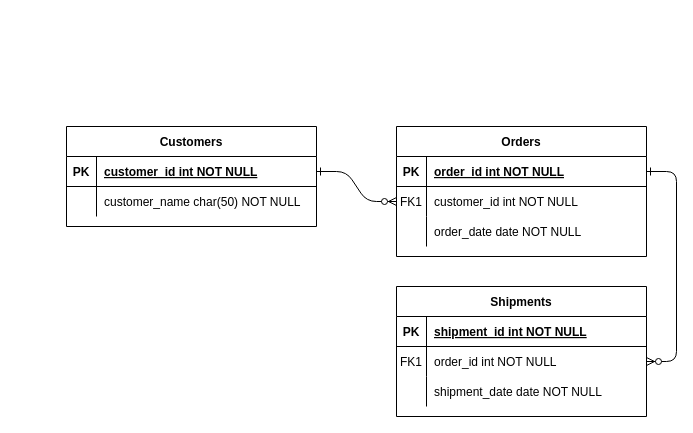
yangjy15033/draw.io keeps this draw.io diagram as 业务实体信息.drawio. Above is the earlier version. Source tidied: cells renumbered, new cells numbered last; positions are measured from the earlier drawing's top-left corner, leaving out a move shared by most shapes. Both pictures are drawn from the tidied source at 100%, with x=0, y=0 at pixel (66, 126).
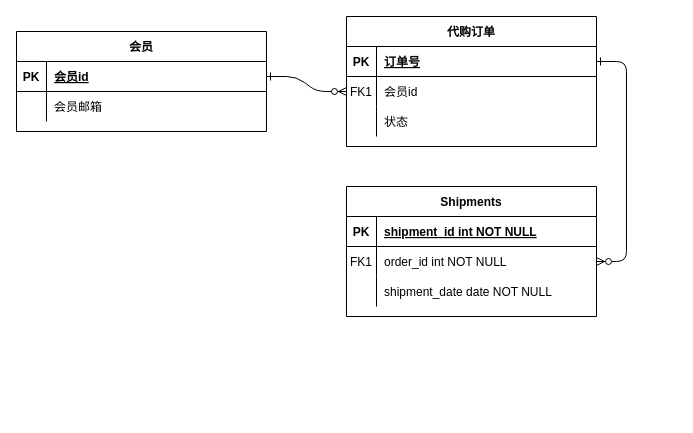
The same page after the edit.

Commit message:
更新业务实体信息.drawio

Unchanged cells that the change refers to:
```xml
<mxCell id="5" style="shape=partialRectangle;fillColor=none;points=[[0,0.5],[1,0.5]];portConstraint=eastwest;top=0;left=0;right=0;bottom=1;" parent="4" vertex="1">
  <mxGeometry y="30" width="250" height="30" as="geometry" />
</mxCell>
<mxCell id="8" style="shape=partialRectangle;fillColor=none;points=[[0,0.5],[1,0.5]];portConstraint=eastwest;top=0;left=0;right=0;bottom=0;" parent="4" vertex="1">
  <mxGeometry y="60" width="250" height="30" as="geometry" />
</mxCell>
<mxCell id="11" style="shape=partialRectangle;fillColor=none;top=0;left=0;right=0;bottom=0;" parent="4" vertex="1">
  <mxGeometry y="90" width="250" height="30" as="geometry" />
</mxCell>
<mxCell id="25" style="shape=partialRectangle;fillColor=none;points=[[0,0.5],[1,0.5]];portConstraint=eastwest;top=0;left=0;right=0;bottom=1;" parent="24" vertex="1">
  <mxGeometry y="30" width="250" height="30" as="geometry" />
</mxCell>
<mxCell id="28" style="shape=partialRectangle;fillColor=none;top=0;left=0;right=0;bottom=0;" parent="24" vertex="1">
  <mxGeometry y="60" width="250" height="30" as="geometry" />
</mxCell>
```

What changed in the source:
```diff
@@
-    <mxCell id="4" value="Orders" style="shape=table;startSize=30;childLayout=tableLayout;rowLines=0;fontStyle=1;align=center;" parent="1" vertex="1">
-      <mxGeometry x="330" width="250" height="130" as="geometry" />
+    <mxCell id="4" value="代购订单" style="shape=table;startSize=30;childLayout=tableLayout;rowLines=0;fontStyle=1;align=center;" parent="1" vertex="1">
+      <mxGeometry x="280" y="-110" width="250" height="130" as="geometry" />
     </mxCell>
@@
-    <mxCell id="7" value="order_id int NOT NULL " style="shape=partialRectangle;overflow=hidden;fillColor=none;top=0;left=0;bottom=0;right=0;align=left;spacingLeft=6;fontStyle=5;" parent="5" vertex="1">
+    <mxCell id="7" value="订单号" style="shape=partialRectangle;overflow=hidden;fillColor=none;top=0;left=0;bottom=0;right=0;align=left;spacingLeft=6;fontStyle=5;" parent="5" vertex="1">
       <mxGeometry x="30" width="220" height="30" as="geometry" />
     </mxCell>
@@
-    <mxCell id="10" value="customer_id int NOT NULL" style="shape=partialRectangle;overflow=hidden;fillColor=none;top=0;left=0;bottom=0;right=0;align=left;spacingLeft=6;" parent="8" vertex="1">
+    <mxCell id="10" value="会员id" style="shape=partialRectangle;overflow=hidden;fillColor=none;top=0;left=0;bottom=0;right=0;align=left;spacingLeft=6;" parent="8" vertex="1">
       <mxGeometry x="30" width="220" height="30" as="geometry" />
     </mxCell>
@@
-    <mxCell id="13" value="order_date date NOT NULL" style="shape=partialRectangle;overflow=hidden;fillColor=none;top=0;left=0;bottom=0;right=0;align=left;spacingLeft=6;" parent="11" vertex="1">
+    <mxCell id="13" value="状态" style="shape=partialRectangle;overflow=hidden;fillColor=none;top=0;left=0;bottom=0;right=0;align=left;spacingLeft=6;" parent="11" vertex="1">
       <mxGeometry x="30" width="220" height="30" as="geometry" />
     </mxCell>
     <mxCell id="14" value="Shipments" style="shape=table;startSize=30;childLayout=tableLayout;rowLines=0;fontStyle=1;align=center;" parent="1" vertex="1">
-      <mxGeometry x="330" y="160" width="250" height="130" as="geometry" />
+      <mxGeometry x="280" y="60" width="250" height="130" as="geometry" />
     </mxCell>
@@
-    <mxCell id="24" value="Customers" style="shape=table;startSize=30;childLayout=tableLayout;rowLines=0;fontStyle=1;align=center;" parent="1" vertex="1">
-      <mxGeometry width="250" height="100" as="geometry" />
+    <mxCell id="24" value="会员" style="shape=table;startSize=30;childLayout=tableLayout;rowLines=0;fontStyle=1;align=center;" parent="1" vertex="1">
+      <mxGeometry x="-50" y="-95" width="250" height="100" as="geometry" />
     </mxCell>
@@
-    <mxCell id="27" value="customer_id int NOT NULL " style="shape=partialRectangle;overflow=hidden;fillColor=none;top=0;left=0;bottom=0;right=0;align=left;spacingLeft=6;fontStyle=5;" parent="25" vertex="1">
+    <mxCell id="27" value="会员id" style="shape=partialRectangle;overflow=hidden;fillColor=none;top=0;left=0;bottom=0;right=0;align=left;spacingLeft=6;fontStyle=5;" parent="25" vertex="1">
       <mxGeometry x="30" width="220" height="30" as="geometry" />
     </mxCell>
@@
-    <mxCell id="30" value="customer_name char(50) NOT NULL" style="shape=partialRectangle;overflow=hidden;fillColor=none;top=0;left=0;bottom=0;right=0;align=left;spacingLeft=6;" parent="28" vertex="1">
+    <mxCell id="30" value="会员邮箱" style="shape=partialRectangle;overflow=hidden;fillColor=none;top=0;left=0;bottom=0;right=0;align=left;spacingLeft=6;" parent="28" vertex="1">
       <mxGeometry x="30" width="220" height="30" as="geometry" />
     </mxCell>
```
